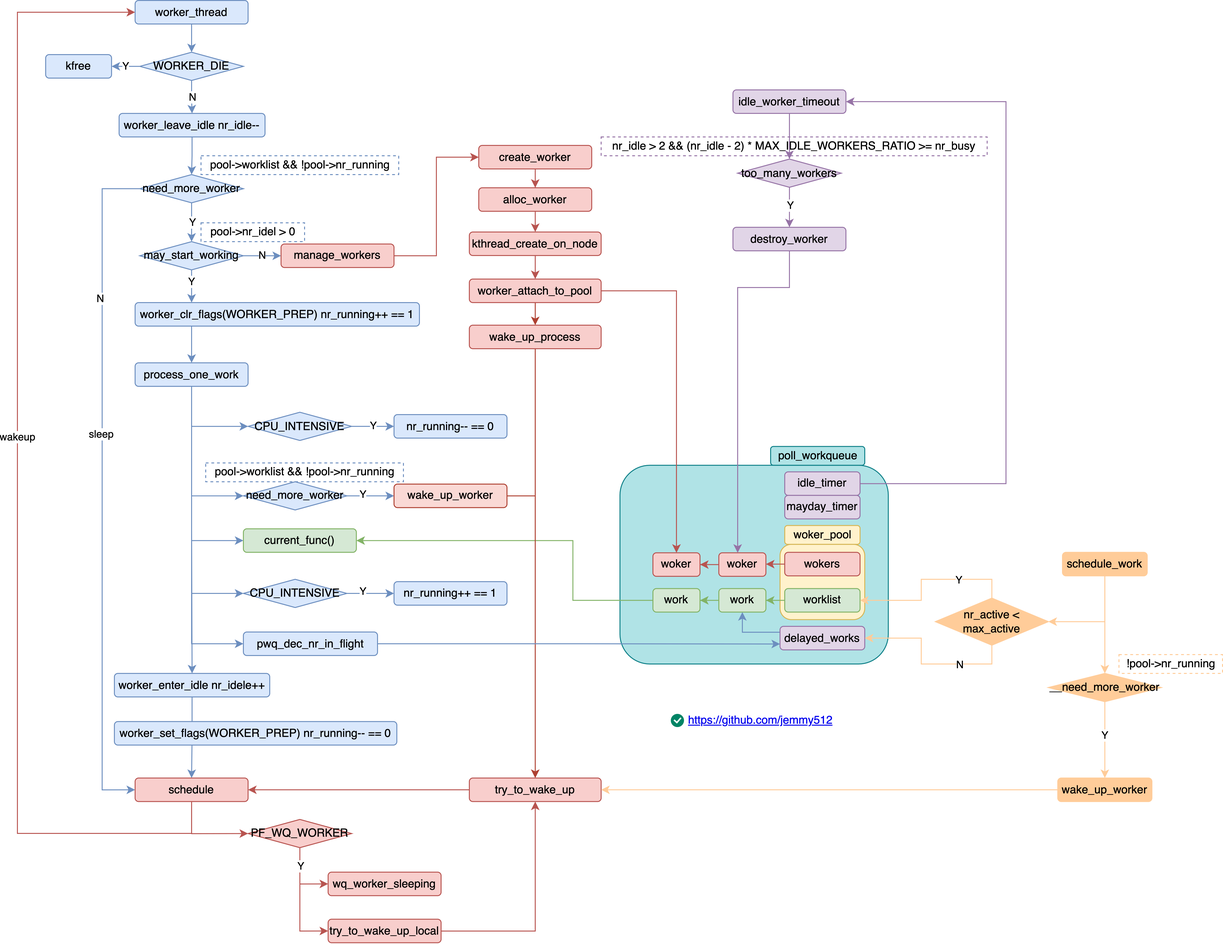
Before: Images/Kernel/proc-cmwq-flow.png, a diagram exported from draw.io (jemmy512/book-notes). Source tidied: cells renumbered, new cells last; positions are measured from the earlier drawing's top-left corner, leaving out a move shared by most shapes.
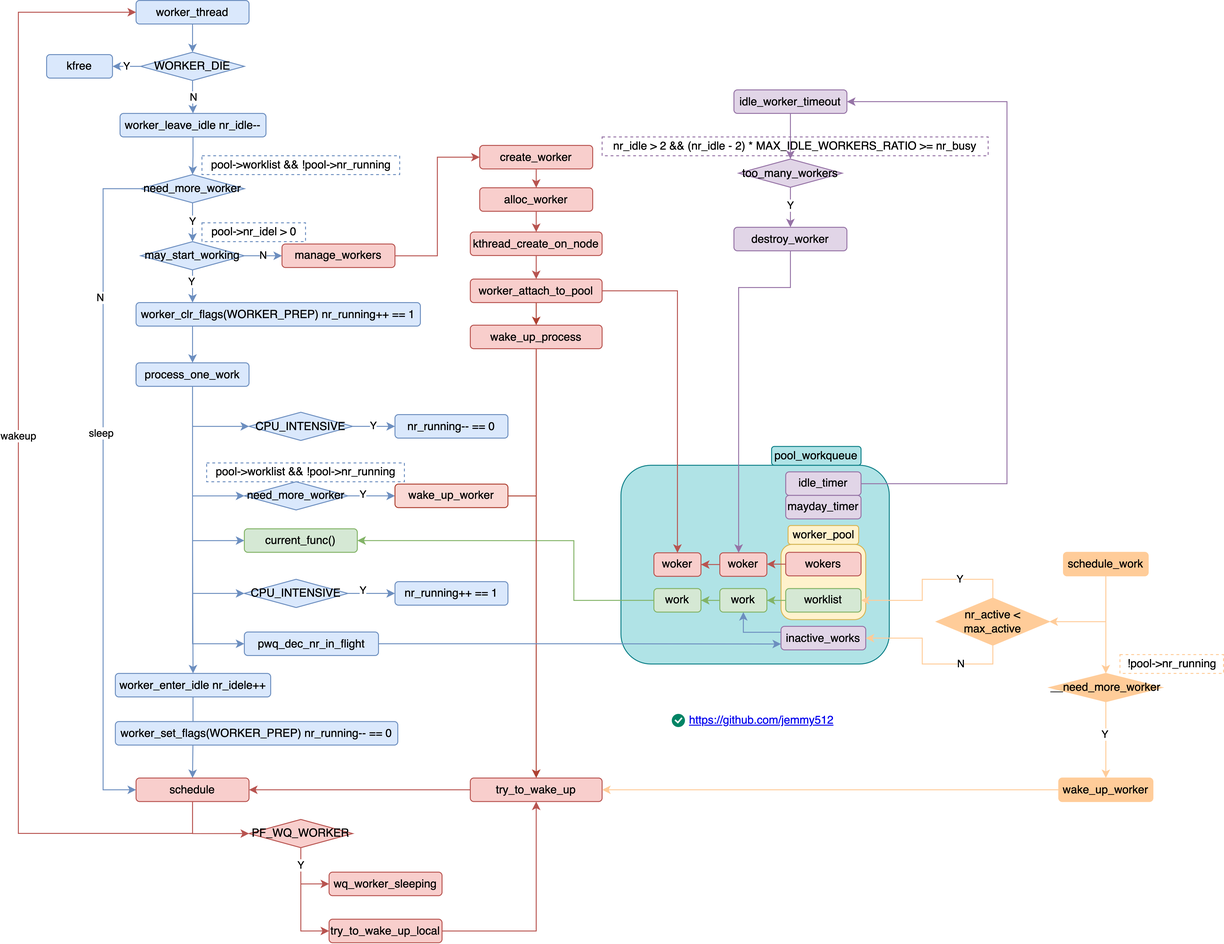
After the change.

Change to the diagram source:
```diff
@@ -242,9 +242,6 @@
     <mxCell id="67" value="wake_up_process" style="rounded=1;whiteSpace=wrap;html=1;fillColor=#f8cecc;strokeColor=#b85450;" parent="1" vertex="1">
       <mxGeometry x="480" y="345" width="140" height="25" as="geometry" />
     </mxCell>
-    <mxCell id="68" value="poll_workqueue" style="text;html=1;align=center;verticalAlign=middle;fillColor=#b0e3e6;strokeColor=#0e8088;rounded=1;" parent="1" vertex="1">
-      <mxGeometry x="800" y="473.9" width="100" height="20" as="geometry" />
-    </mxCell>
     <mxCell id="69" style="edgeStyle=orthogonalEdgeStyle;rounded=0;jettySize=auto;html=1;fillColor=#f8cecc;strokeColor=#b85450;" parent="1" edge="1" source="70" target="43">
       <mxGeometry relative="1" as="geometry" />
     </mxCell>
@@ -296,13 +293,10 @@
     <mxCell id="81" value="mayday_timer" style="rounded=1;whiteSpace=wrap;html=1;fillColor=#e1d5e7;strokeColor=#9673a6;" parent="1" vertex="1">
       <mxGeometry x="815" y="525.8" width="80" height="25" as="geometry" />
     </mxCell>
-    <mxCell id="82" value="woker_pool" style="text;html=1;align=center;verticalAlign=middle;fillColor=#fff2cc;strokeColor=#d6b656;rounded=1;" parent="1" vertex="1">
-      <mxGeometry x="815" y="557.9" width="80" height="20" as="geometry" />
-    </mxCell>
     <mxCell id="83" style="edgeStyle=orthogonalEdgeStyle;rounded=0;jettySize=auto;html=1;entryX=0.5;entryY=1;entryDx=0;entryDy=0;fillColor=#dae8fc;strokeColor=#6c8ebf;exitX=0;exitY=0.25;exitDx=0;exitDy=0;" parent="1" edge="1" source="84" target="50">
       <mxGeometry relative="1" as="geometry" />
     </mxCell>
-    <mxCell id="84" value="delayed_works" style="rounded=1;whiteSpace=wrap;html=1;fillColor=#e1d5e7;strokeColor=#9673a6;" parent="1" vertex="1">
+    <mxCell id="84" value="inactive_works" style="rounded=1;whiteSpace=wrap;html=1;fillColor=#e1d5e7;strokeColor=#9673a6;" parent="1" vertex="1">
       <mxGeometry x="810" y="665" width="90" height="25" as="geometry" />
     </mxCell>
     <mxCell id="85" style="edgeStyle=orthogonalEdgeStyle;rounded=0;jettySize=auto;html=1;fillColor=#dae8fc;strokeColor=#6c8ebf;" parent="1" edge="1" source="86" target="32">
@@ -440,5 +434,11 @@
     <mxCell id="120" value="https://github.com/jemmy512" style="text;html=1;strokeColor=none;fillColor=none;whiteSpace=wrap;align=center;verticalAlign=middle;fontColor=#0000EE;fontStyle=4;" parent="1" vertex="1">
       <mxGeometry x="704.1" y="745" width="170.9" height="40" as="geometry" />
     </mxCell>
+    <mxCell id="121" value="&lt;span style=&quot;&quot;&gt;worker_pool&lt;/span&gt;" style="rounded=1;whiteSpace=wrap;html=1;fillColor=#fff2cc;strokeColor=#d6b656;" parent="1" vertex="1">
+      <mxGeometry x="817.5" y="557.9" width="75" height="20" as="geometry" />
+    </mxCell>
+    <mxCell id="122" value="&lt;span style=&quot;&quot;&gt;pool_workqueue&lt;/span&gt;" style="rounded=1;whiteSpace=wrap;html=1;fillColor=#b0e3e6;strokeColor=#0e8088;" parent="1" vertex="1">
+      <mxGeometry x="800" y="473.9" width="95" height="20" as="geometry" />
+    </mxCell>
   </root>
 </mxGraphModel>
```
